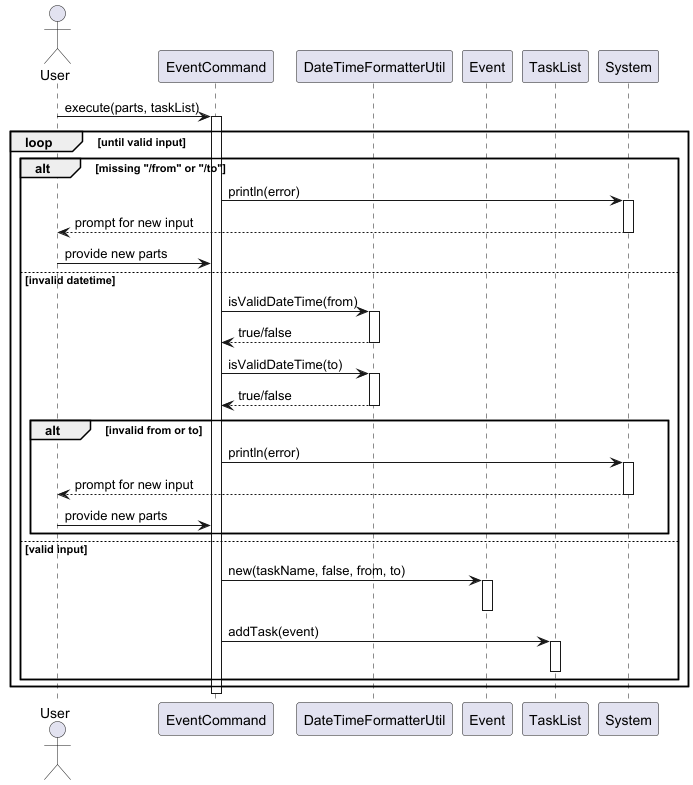
Above: docs/diagrams/tasklistcommands/EventCommandSequenceDiagram.png in wongyihao02/tp (PlantUML), before the change.
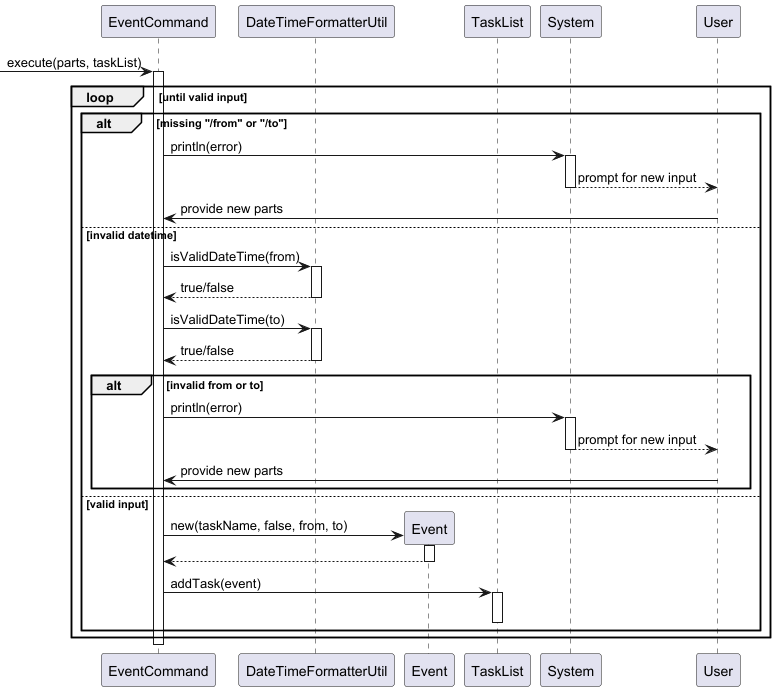
Above is the later version.

Change to the diagram source:
```diff
@@ -1,6 +1,4 @@
 @startuml
-
-actor User
 
 participant "EventCommand" as EventCmd
 participant "DateTimeFormatterUtil" as Formatter
@@ -8,7 +6,7 @@
 participant "TaskList" as TaskList
 participant "System" as Console
 
-User -> EventCmd : execute(parts, taskList)
+-> EventCmd : execute(parts, taskList)
 activate EventCmd
 
 loop until valid input
@@ -37,8 +35,10 @@
             User -> EventCmd : provide new parts
         end
     else valid input
+        create Event
         EventCmd -> Event : new(taskName, false, from, to)
         activate Event
+        Event --> EventCmd
         deactivate Event
 
         EventCmd -> TaskList : addTask(event)
```
